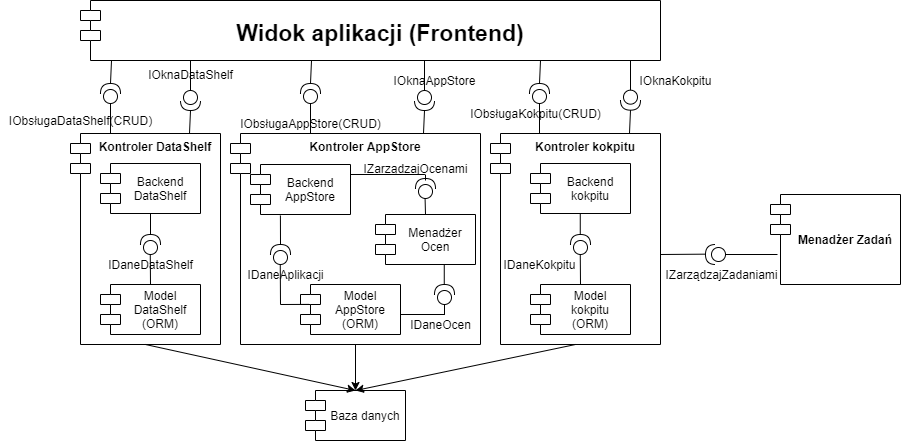
Before: diagrams/diagram_komponentow_2.png, a diagram exported from draw.io (POP-grupa-K/POP-system-obliczen-wysokoskalowych). Source tidied: cells renumbered, new cells last; positions are measured from the earlier drawing's top-left corner, leaving out a move shared by most shapes.
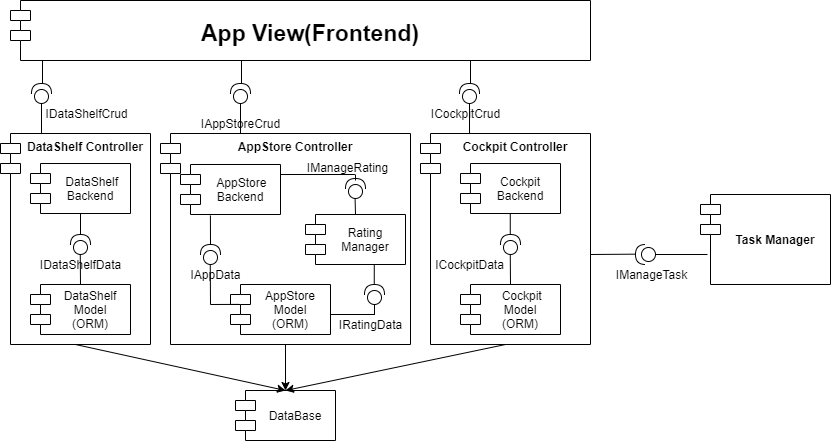
The same diagram one commit later.

Commit message:
Updated component diagram

The edit, as a diff of the source:
```diff
@@ -2,43 +2,43 @@
   <root>
     <mxCell id="0" />
     <mxCell id="1" parent="0" />
-    <mxCell id="2" value="Kontroler DataShelf" style="shape=module;align=left;spacingLeft=20;align=center;verticalAlign=top;fontStyle=1;" parent="1" vertex="1">
+    <mxCell id="2" value="DataShelf Controller" style="shape=module;align=left;spacingLeft=20;align=center;verticalAlign=top;fontStyle=1;" parent="1" vertex="1">
       <mxGeometry x="70" y="133" width="150" height="211" as="geometry" />
     </mxCell>
-    <mxCell id="3" value="Widok aplikacji (Frontend)" style="shape=module;align=left;spacingLeft=20;align=center;verticalAlign=middle;fontSize=23;fontStyle=1;" parent="1" vertex="1">
+    <mxCell id="3" value="App View(Frontend)" style="shape=module;align=left;spacingLeft=20;align=center;verticalAlign=middle;fontSize=23;fontStyle=1;" parent="1" vertex="1">
       <mxGeometry x="80" width="580" height="60" as="geometry" />
     </mxCell>
-    <mxCell id="4" value="Kontroler kokpitu" style="shape=module;align=left;spacingLeft=20;align=center;verticalAlign=top;fontStyle=1;" parent="1" vertex="1">
+    <mxCell id="4" value="Cockpit Controller" style="shape=module;align=left;spacingLeft=20;align=center;verticalAlign=top;fontStyle=1;" parent="1" vertex="1">
       <mxGeometry x="490" y="133" width="170" height="211" as="geometry" />
     </mxCell>
-    <mxCell id="5" value="Backend &#10;DataShelf" style="shape=module;align=left;spacingLeft=20;align=center;verticalAlign=middle;fontSize=12;" parent="1" vertex="1">
+    <mxCell id="5" value=" DataShelf&#10;Backend" style="shape=module;align=left;spacingLeft=20;align=center;verticalAlign=middle;fontSize=12;" parent="1" vertex="1">
       <mxGeometry x="100" y="163" width="100" height="50" as="geometry" />
     </mxCell>
-    <mxCell id="6" value="Model&#10;DataShelf&#10;(ORM)" style="shape=module;align=left;spacingLeft=20;align=center;verticalAlign=middle;fontSize=12;" parent="1" vertex="1">
+    <mxCell id="6" value="DataShelf&#10;Model&#10;(ORM)" style="shape=module;align=left;spacingLeft=20;align=center;verticalAlign=middle;fontSize=12;" parent="1" vertex="1">
       <mxGeometry x="100" y="284" width="100" height="50" as="geometry" />
     </mxCell>
-    <mxCell id="7" value="Kontroler AppStore" style="shape=module;align=left;spacingLeft=20;align=center;verticalAlign=top;fontStyle=1;" parent="1" vertex="1">
+    <mxCell id="7" value="AppStore Controller" style="shape=module;align=left;spacingLeft=20;align=center;verticalAlign=top;fontStyle=1;" parent="1" vertex="1">
       <mxGeometry x="230" y="133" width="250" height="211" as="geometry" />
     </mxCell>
-    <mxCell id="8" value="Backend &#10;AppStore" style="shape=module;align=left;spacingLeft=20;align=center;verticalAlign=middle;fontSize=12;" parent="1" vertex="1">
+    <mxCell id="8" value=" AppStore&#10;Backend" style="shape=module;align=left;spacingLeft=20;align=center;verticalAlign=middle;fontSize=12;" parent="1" vertex="1">
       <mxGeometry x="250" y="164" width="100" height="50" as="geometry" />
     </mxCell>
-    <mxCell id="9" value="Menadżer&#10;Ocen" style="shape=module;align=left;spacingLeft=20;align=center;verticalAlign=middle;fontSize=12;" parent="1" vertex="1">
+    <mxCell id="9" value="Rating &#10;Manager" style="shape=module;align=left;spacingLeft=20;align=center;verticalAlign=middle;fontSize=12;" parent="1" vertex="1">
       <mxGeometry x="375" y="214" width="100" height="50" as="geometry" />
     </mxCell>
-    <mxCell id="10" value="Model&#10;AppStore&#10;(ORM)" style="shape=module;align=left;spacingLeft=20;align=center;verticalAlign=middle;fontSize=12;" parent="1" vertex="1">
+    <mxCell id="10" value="AppStore &#10;Model&#10;(ORM)" style="shape=module;align=left;spacingLeft=20;align=center;verticalAlign=middle;fontSize=12;" parent="1" vertex="1">
       <mxGeometry x="300" y="284" width="100" height="50" as="geometry" />
     </mxCell>
-    <mxCell id="11" value="Menadżer Zadań" style="shape=module;align=left;spacingLeft=20;align=center;verticalAlign=middle;fontStyle=1;" parent="1" vertex="1">
+    <mxCell id="11" value="Task Manager" style="shape=module;align=left;spacingLeft=20;align=center;verticalAlign=middle;fontStyle=1;" parent="1" vertex="1">
       <mxGeometry x="770" y="194" width="130" height="90" as="geometry" />
     </mxCell>
-    <mxCell id="12" value="Model&#10;kokpitu&#10;(ORM)" style="shape=module;align=left;spacingLeft=20;align=center;verticalAlign=middle;fontSize=12;" parent="1" vertex="1">
+    <mxCell id="12" value=" Cockpit&#10;Model&#10;(ORM)" style="shape=module;align=left;spacingLeft=20;align=center;verticalAlign=middle;fontSize=12;" parent="1" vertex="1">
       <mxGeometry x="530" y="284" width="100" height="50" as="geometry" />
     </mxCell>
-    <mxCell id="13" value="Backend &#10;kokpitu" style="shape=module;align=left;spacingLeft=20;align=center;verticalAlign=middle;fontSize=12;" parent="1" vertex="1">
+    <mxCell id="13" value="Cockpit&#10;Backend " style="shape=module;align=left;spacingLeft=20;align=center;verticalAlign=middle;fontSize=12;" parent="1" vertex="1">
       <mxGeometry x="530" y="163" width="100" height="50" as="geometry" />
     </mxCell>
-    <mxCell id="14" value="Baza danych" style="shape=module;align=left;spacingLeft=20;align=center;verticalAlign=middle;fontSize=12;" parent="1" vertex="1">
+    <mxCell id="14" value="DataBase" style="shape=module;align=left;spacingLeft=20;align=center;verticalAlign=middle;fontSize=12;" parent="1" vertex="1">
       <mxGeometry x="305" y="390" width="100" height="50" as="geometry" />
     </mxCell>
     <mxCell id="15" style="endArrow=classic;html=1;fontSize=12;exitX=0.5;exitY=1;exitDx=0;exitDy=0;entryX=0.5;entryY=0;entryDx=0;entryDy=0;" parent="1" edge="1" source="4" target="14">
@@ -63,8 +63,8 @@
         <mxPoint x="660" y="254" as="sourcePoint" />
       </mxGeometry>
     </mxCell>
-    <mxCell id="21" value="IZarządzajZadaniami" style="text;html=1;align=center;verticalAlign=middle;fontSize=12;" parent="1" vertex="1">
-      <mxGeometry x="656" y="264" width="130" height="20" as="geometry" />
+    <mxCell id="21" value="IManageTask" style="text;html=1;align=center;verticalAlign=middle;fontSize=12;" parent="1" vertex="1">
+      <mxGeometry x="676" y="264" width="90" height="20" as="geometry" />
     </mxCell>
     <mxCell id="22" style="shape=providedRequiredInterface;html=1;verticalLabelPosition=bottom;fontSize=12;rotation=-90;" parent="1" vertex="1">
       <mxGeometry x="140" y="234" width="20" height="20" as="geometry" />
@@ -128,14 +128,14 @@
         <mxPoint x="579.8" y="213" as="targetPoint" />
       </mxGeometry>
     </mxCell>
-    <mxCell id="36" value="IDaneKokpitu" style="text;html=1;align=center;verticalAlign=middle;fontSize=12;" parent="1" vertex="1">
-      <mxGeometry x="494" y="254" width="90" height="20" as="geometry" />
+    <mxCell id="36" value="ICockpitData" style="text;html=1;align=center;verticalAlign=middle;fontSize=12;" parent="1" vertex="1">
+      <mxGeometry x="499" y="254" width="80" height="20" as="geometry" />
     </mxCell>
-    <mxCell id="37" value="IDaneOcen" style="text;html=1;align=center;verticalAlign=middle;fontSize=12;" parent="1" vertex="1">
+    <mxCell id="37" value="IRatingData" style="text;html=1;align=center;verticalAlign=middle;fontSize=12;" parent="1" vertex="1">
       <mxGeometry x="400" y="314" width="80" height="20" as="geometry" />
     </mxCell>
-    <mxCell id="38" value="IDaneAplikacji" style="text;html=1;align=center;verticalAlign=middle;fontSize=12;" parent="1" vertex="1">
-      <mxGeometry x="240" y="264" width="90" height="20" as="geometry" />
+    <mxCell id="38" value="IAppData" style="text;html=1;align=center;verticalAlign=middle;fontSize=12;" parent="1" vertex="1">
+      <mxGeometry x="250" y="264" width="70" height="20" as="geometry" />
     </mxCell>
     <mxCell id="39" style="shape=providedRequiredInterface;html=1;verticalLabelPosition=bottom;fontSize=12;rotation=-90;" parent="1" vertex="1">
       <mxGeometry x="415" y="178" width="20" height="20" as="geometry" />
@@ -157,125 +157,68 @@
         <mxPoint x="424.4" y="174" as="targetPoint" />
       </mxGeometry>
     </mxCell>
-    <mxCell id="43" value="IDaneDataShelf" style="text;html=1;align=center;verticalAlign=middle;fontSize=12;" parent="1" vertex="1">
+    <mxCell id="43" value="IDataShelfData" style="text;html=1;align=center;verticalAlign=middle;fontSize=12;" parent="1" vertex="1">
       <mxGeometry x="100" y="254" width="100" height="20" as="geometry" />
     </mxCell>
-    <mxCell id="44" style="group;rotation=-180;" parent="1" vertex="1">
-      <mxGeometry x="180" y="60" width="20" height="73.3" as="geometry" />
+    <mxCell id="44" style="group;rotation=0;" parent="1" vertex="1">
+      <mxGeometry x="300" y="60" width="20" height="73.3" as="geometry" />
     </mxCell>
     <mxCell id="45" style="edgeStyle=orthogonalEdgeStyle;rounded=0;jettySize=auto;html=1;exitX=1;exitY=0.5;exitDx=0;exitDy=0;exitPerimeter=0;entryX=0.07;entryY=1.011;entryDx=0;entryDy=0;entryPerimeter=0;fontSize=12;endArrow=none;endFill=0;" parent="44" edge="1" source="46">
       <mxGeometry relative="1" as="geometry">
-        <mxPoint x="9" y="73" as="targetPoint" />
+        <mxPoint x="11" as="targetPoint" />
       </mxGeometry>
     </mxCell>
-    <mxCell id="46" style="shape=providedRequiredInterface;html=1;verticalLabelPosition=bottom;fontSize=12;rotation=-270;" parent="44" vertex="1">
-      <mxGeometry y="30" width="20" height="20" as="geometry" />
+    <mxCell id="46" style="shape=providedRequiredInterface;html=1;verticalLabelPosition=bottom;fontSize=12;rotation=-90;" parent="44" vertex="1">
+      <mxGeometry y="23" width="20" height="20" as="geometry" />
     </mxCell>
     <mxCell id="47" style="edgeStyle=orthogonalEdgeStyle;rounded=0;jettySize=auto;html=1;entryX=0;entryY=0.5;entryDx=0;entryDy=0;entryPerimeter=0;fontSize=12;endArrow=none;endFill=0;" parent="44" edge="1" target="46">
       <mxGeometry relative="1" as="geometry">
-        <mxPoint x="10" as="sourcePoint" />
+        <mxPoint x="10" y="73" as="sourcePoint" />
       </mxGeometry>
     </mxCell>
-    <mxCell id="48" value="IOknaDataShelf" style="text;html=1;align=center;verticalAlign=middle;fontSize=12;" parent="1" vertex="1">
-      <mxGeometry x="140" y="64" width="100" height="20" as="geometry" />
+    <mxCell id="48" style="group;rotation=0;" parent="1" vertex="1">
+      <mxGeometry x="529" y="60" width="81" height="73.3" as="geometry" />
     </mxCell>
-    <mxCell id="49" style="group;rotation=-180;" parent="1" vertex="1">
-      <mxGeometry x="414" y="60" width="70" height="73.3" as="geometry" />
+    <mxCell id="49" style="edgeStyle=orthogonalEdgeStyle;rounded=0;jettySize=auto;html=1;exitX=1;exitY=0.5;exitDx=0;exitDy=0;exitPerimeter=0;entryX=0.07;entryY=1.011;entryDx=0;entryDy=0;entryPerimeter=0;fontSize=12;endArrow=none;endFill=0;" parent="48" edge="1" source="50">
+      <mxGeometry relative="1" as="geometry">
+        <mxPoint x="11" as="targetPoint" />
+      </mxGeometry>
     </mxCell>
-    <mxCell id="50" style="edgeStyle=orthogonalEdgeStyle;rounded=0;jettySize=auto;html=1;exitX=1;exitY=0.5;exitDx=0;exitDy=0;exitPerimeter=0;entryX=0.07;entryY=1.011;entryDx=0;entryDy=0;entryPerimeter=0;fontSize=12;endArrow=none;endFill=0;" parent="49" edge="1" source="51">
-      <mxGeometry relative="1" as="geometry">
-        <mxPoint x="9" y="73" as="targetPoint" />
-      </mxGeometry>
+    <mxCell id="50" style="shape=providedRequiredInterface;html=1;verticalLabelPosition=bottom;fontSize=12;rotation=-90;" parent="48" vertex="1">
+      <mxGeometry y="23" width="20" height="20" as="geometry" />
     </mxCell>
-    <mxCell id="51" style="shape=providedRequiredInterface;html=1;verticalLabelPosition=bottom;fontSize=12;rotation=-270;" parent="49" vertex="1">
-      <mxGeometry y="30" width="20" height="20" as="geometry" />
+    <mxCell id="51" style="edgeStyle=orthogonalEdgeStyle;rounded=0;jettySize=auto;html=1;entryX=0;entryY=0.5;entryDx=0;entryDy=0;entryPerimeter=0;fontSize=12;endArrow=none;endFill=0;" parent="48" edge="1" target="50">
+      <mxGeometry relative="1" as="geometry">
+        <mxPoint x="10" y="73" as="sourcePoint" />
+      </mxGeometry>
     </mxCell>
-    <mxCell id="52" style="edgeStyle=orthogonalEdgeStyle;rounded=0;jettySize=auto;html=1;entryX=0;entryY=0.5;entryDx=0;entryDy=0;entryPerimeter=0;fontSize=12;endArrow=none;endFill=0;" parent="49" edge="1" target="51">
-      <mxGeometry relative="1" as="geometry">
-        <mxPoint x="10" as="sourcePoint" />
-      </mxGeometry>
+    <mxCell id="52" value="ICockpitCrud" style="text;html=1;align=center;verticalAlign=middle;fontSize=12;" parent="48" vertex="1">
+      <mxGeometry x="-39" y="43" width="90" height="20" as="geometry" />
     </mxCell>
-    <mxCell id="53" value="IOknaAppStore" style="text;html=1;align=center;verticalAlign=middle;fontSize=12;" parent="49" vertex="1">
-      <mxGeometry x="-30" y="10" width="100" height="20" as="geometry" />
+    <mxCell id="53" style="group;rotation=0;" parent="1" vertex="1">
+      <mxGeometry x="101" y="60" width="105" height="73.3" as="geometry" />
     </mxCell>
-    <mxCell id="54" style="group;rotation=0;" parent="1" vertex="1">
-      <mxGeometry x="300" y="60" width="20" height="73.3" as="geometry" />
+    <mxCell id="54" style="edgeStyle=orthogonalEdgeStyle;rounded=0;jettySize=auto;html=1;exitX=1;exitY=0.5;exitDx=0;exitDy=0;exitPerimeter=0;entryX=0.07;entryY=1.011;entryDx=0;entryDy=0;entryPerimeter=0;fontSize=12;endArrow=none;endFill=0;" parent="53" edge="1" source="55">
+      <mxGeometry relative="1" as="geometry">
+        <mxPoint x="11" as="targetPoint" />
+      </mxGeometry>
     </mxCell>
-    <mxCell id="55" style="edgeStyle=orthogonalEdgeStyle;rounded=0;jettySize=auto;html=1;exitX=1;exitY=0.5;exitDx=0;exitDy=0;exitPerimeter=0;entryX=0.07;entryY=1.011;entryDx=0;entryDy=0;entryPerimeter=0;fontSize=12;endArrow=none;endFill=0;" parent="54" edge="1" source="56">
-      <mxGeometry relative="1" as="geometry">
-        <mxPoint x="11" as="targetPoint" />
-      </mxGeometry>
+    <mxCell id="55" style="shape=providedRequiredInterface;html=1;verticalLabelPosition=bottom;fontSize=12;rotation=-90;" parent="53" vertex="1">
+      <mxGeometry y="23" width="20" height="20" as="geometry" />
     </mxCell>
-    <mxCell id="56" style="shape=providedRequiredInterface;html=1;verticalLabelPosition=bottom;fontSize=12;rotation=-90;" parent="54" vertex="1">
-      <mxGeometry y="23" width="20" height="20" as="geometry" />
+    <mxCell id="56" style="edgeStyle=orthogonalEdgeStyle;rounded=0;jettySize=auto;html=1;entryX=0;entryY=0.5;entryDx=0;entryDy=0;entryPerimeter=0;fontSize=12;endArrow=none;endFill=0;" parent="53" edge="1" target="55">
+      <mxGeometry relative="1" as="geometry">
+        <mxPoint x="10" y="73" as="sourcePoint" />
+      </mxGeometry>
     </mxCell>
-    <mxCell id="57" style="edgeStyle=orthogonalEdgeStyle;rounded=0;jettySize=auto;html=1;entryX=0;entryY=0.5;entryDx=0;entryDy=0;entryPerimeter=0;fontSize=12;endArrow=none;endFill=0;" parent="54" edge="1" target="56">
-      <mxGeometry relative="1" as="geometry">
-        <mxPoint x="10" y="73" as="sourcePoint" />
-      </mxGeometry>
+    <mxCell id="57" value="IDataShelfCrud" style="text;html=1;align=center;verticalAlign=middle;fontSize=12;" parent="53" vertex="1">
+      <mxGeometry x="5" y="43" width="100" height="20" as="geometry" />
     </mxCell>
-    <mxCell id="58" style="group;rotation=-180;" parent="1" vertex="1">
-      <mxGeometry x="620" y="59.7" width="60" height="73.3" as="geometry" />
+    <mxCell id="58" value="IManageRating" style="text;html=1;align=center;verticalAlign=middle;fontSize=12;" parent="1" vertex="1">
+      <mxGeometry x="367" y="157" width="100" height="20" as="geometry" />
     </mxCell>
-    <mxCell id="59" style="edgeStyle=orthogonalEdgeStyle;rounded=0;jettySize=auto;html=1;exitX=1;exitY=0.5;exitDx=0;exitDy=0;exitPerimeter=0;entryX=0.07;entryY=1.011;entryDx=0;entryDy=0;entryPerimeter=0;fontSize=12;endArrow=none;endFill=0;" parent="58" edge="1" source="60">
-      <mxGeometry relative="1" as="geometry">
-        <mxPoint x="9" y="73" as="targetPoint" />
-      </mxGeometry>
+    <mxCell id="59" value="IAppStoreCrud" style="text;html=1;align=center;verticalAlign=middle;fontSize=12;" parent="1" vertex="1">
+      <mxGeometry x="265" y="113" width="90" height="20" as="geometry" />
     </mxCell>
-    <mxCell id="60" style="shape=providedRequiredInterface;html=1;verticalLabelPosition=bottom;fontSize=12;rotation=-270;" parent="58" vertex="1">
-      <mxGeometry y="30" width="20" height="20" as="geometry" />
-    </mxCell>
-    <mxCell id="61" style="edgeStyle=orthogonalEdgeStyle;rounded=0;jettySize=auto;html=1;entryX=0;entryY=0.5;entryDx=0;entryDy=0;entryPerimeter=0;fontSize=12;endArrow=none;endFill=0;" parent="58" edge="1" target="60">
-      <mxGeometry relative="1" as="geometry">
-        <mxPoint x="10" as="sourcePoint" />
-      </mxGeometry>
-    </mxCell>
-    <mxCell id="62" value="IOknaKokpitu" style="text;html=1;align=center;verticalAlign=middle;fontSize=12;" parent="58" vertex="1">
-      <mxGeometry x="10" y="10" width="90" height="20" as="geometry" />
-    </mxCell>
-    <mxCell id="63" style="group;rotation=0;" parent="1" vertex="1">
-      <mxGeometry x="529" y="60" width="61" height="73.3" as="geometry" />
-    </mxCell>
-    <mxCell id="64" style="edgeStyle=orthogonalEdgeStyle;rounded=0;jettySize=auto;html=1;exitX=1;exitY=0.5;exitDx=0;exitDy=0;exitPerimeter=0;entryX=0.07;entryY=1.011;entryDx=0;entryDy=0;entryPerimeter=0;fontSize=12;endArrow=none;endFill=0;" parent="63" edge="1" source="65">
-      <mxGeometry relative="1" as="geometry">
-        <mxPoint x="11" as="targetPoint" />
-      </mxGeometry>
-    </mxCell>
-    <mxCell id="65" style="shape=providedRequiredInterface;html=1;verticalLabelPosition=bottom;fontSize=12;rotation=-90;" parent="63" vertex="1">
-      <mxGeometry y="23" width="20" height="20" as="geometry" />
-    </mxCell>
-    <mxCell id="66" style="edgeStyle=orthogonalEdgeStyle;rounded=0;jettySize=auto;html=1;entryX=0;entryY=0.5;entryDx=0;entryDy=0;entryPerimeter=0;fontSize=12;endArrow=none;endFill=0;" parent="63" edge="1" target="65">
-      <mxGeometry relative="1" as="geometry">
-        <mxPoint x="10" y="73" as="sourcePoint" />
-      </mxGeometry>
-    </mxCell>
-    <mxCell id="67" value="IObsługaKokpitu(CRUD)" style="text;html=1;align=center;verticalAlign=middle;fontSize=12;" parent="63" vertex="1">
-      <mxGeometry x="-69" y="43" width="150" height="20" as="geometry" />
-    </mxCell>
-    <mxCell id="68" style="group;rotation=0;" parent="1" vertex="1">
-      <mxGeometry x="100" y="60" width="60" height="73.3" as="geometry" />
-    </mxCell>
-    <mxCell id="69" style="edgeStyle=orthogonalEdgeStyle;rounded=0;jettySize=auto;html=1;exitX=1;exitY=0.5;exitDx=0;exitDy=0;exitPerimeter=0;entryX=0.07;entryY=1.011;entryDx=0;entryDy=0;entryPerimeter=0;fontSize=12;endArrow=none;endFill=0;" parent="68" edge="1" source="70">
-      <mxGeometry relative="1" as="geometry">
-        <mxPoint x="11" as="targetPoint" />
-      </mxGeometry>
-    </mxCell>
-    <mxCell id="70" style="shape=providedRequiredInterface;html=1;verticalLabelPosition=bottom;fontSize=12;rotation=-90;" parent="68" vertex="1">
-      <mxGeometry y="23" width="20" height="20" as="geometry" />
-    </mxCell>
-    <mxCell id="71" style="edgeStyle=orthogonalEdgeStyle;rounded=0;jettySize=auto;html=1;entryX=0;entryY=0.5;entryDx=0;entryDy=0;entryPerimeter=0;fontSize=12;endArrow=none;endFill=0;" parent="68" edge="1" target="70">
-      <mxGeometry relative="1" as="geometry">
-        <mxPoint x="10" y="73" as="sourcePoint" />
-      </mxGeometry>
-    </mxCell>
-    <mxCell id="72" value="IObsługaDataShelf(CRUD)" style="text;html=1;align=center;verticalAlign=middle;fontSize=12;" parent="68" vertex="1">
-      <mxGeometry x="-100" y="50" width="160" height="20" as="geometry" />
-    </mxCell>
-    <mxCell id="73" value="IZarządzajOcenami" style="text;html=1;align=center;verticalAlign=middle;fontSize=12;" parent="1" vertex="1">
-      <mxGeometry x="355" y="158" width="120" height="20" as="geometry" />
-    </mxCell>
-    <mxCell id="74" value="IObsługaAppStore(CRUD)" style="text;html=1;align=center;verticalAlign=middle;fontSize=12;" parent="1" vertex="1">
-      <mxGeometry x="230" y="113" width="160" height="20" as="geometry" />
-    </mxCell>
   </root>
 </mxGraphModel>
```
